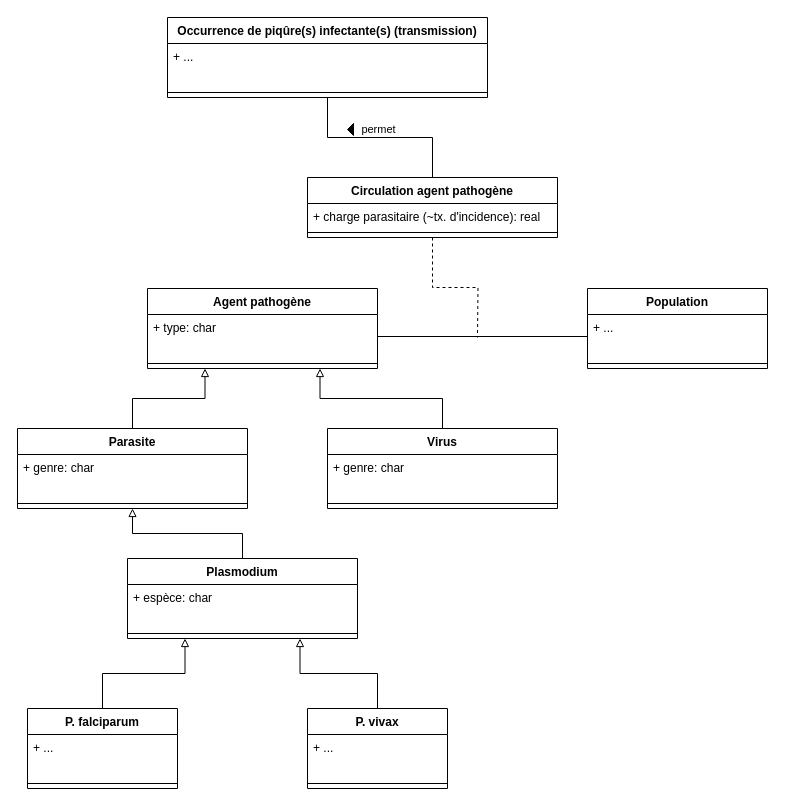
EmmanuelRouxIRD/PROGYSAT-VecTrans keeps this draw.io diagram as transmission.drawio. Above is the earlier version. Source tidied: cells renumbered, new cells numbered last; positions are measured from the earlier drawing's top-left corner, leaving out a move shared by most shapes. Both pictures are drawn from the tidied source at 100%, with x=0, y=0 at pixel (17, 17).
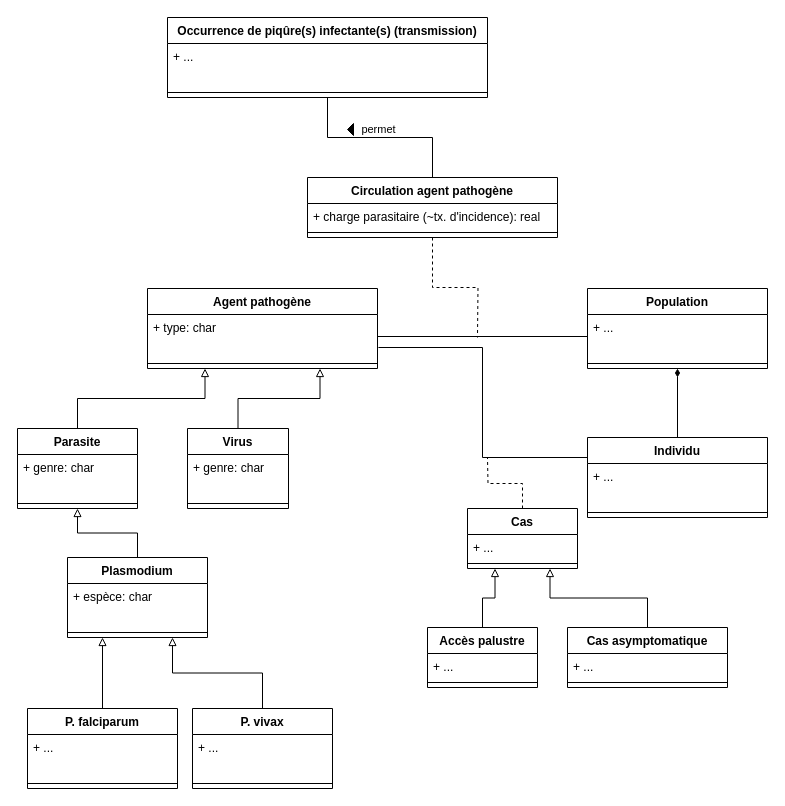
The same diagram, later.

The change refers to these unchanged cells:
```xml
<mxCell id="8" value="+ type: char" style="text;strokeColor=none;fillColor=none;align=left;verticalAlign=top;spacingLeft=4;spacingRight=4;overflow=hidden;points=[[0,0.5],[1,0.5]];portConstraint=eastwest;" parent="7" vertex="1">
  <mxGeometry y="26" width="230" height="44" as="geometry" />
</mxCell>
<mxCell id="10" value="Population" style="swimlane;fontStyle=1;align=center;verticalAlign=top;horizontal=1;startSize=26;" parent="1" vertex="1">
  <mxGeometry x="570" y="271" width="180" height="80" as="geometry" />
</mxCell>
```

Change to the diagram source:
```diff
@@
     <mxCell id="15" value="Plasmodium" style="swimlane;fontStyle=1;align=center;verticalAlign=top;horizontal=1;startSize=26;" parent="1" vertex="1">
-      <mxGeometry x="110" y="541" width="230" height="80" as="geometry" />
+      <mxGeometry x="50" y="540" width="140" height="80" as="geometry" />
     </mxCell>
     <mxCell id="16" value="+ espèce: char" style="text;strokeColor=none;fillColor=none;align=left;verticalAlign=top;spacingLeft=4;spacingRight=4;overflow=hidden;" parent="15" vertex="1">
-      <mxGeometry y="26" width="230" height="44" as="geometry" />
+      <mxGeometry y="26" width="140" height="44" as="geometry" />
     </mxCell>
     <mxCell id="17" style="line;strokeWidth=1;fillColor=none;align=left;verticalAlign=middle;spacingTop=-1;spacingLeft=3;spacingRight=3;labelPosition=right;" parent="15" vertex="1">
-      <mxGeometry y="70" width="230" height="10" as="geometry" />
+      <mxGeometry y="70" width="140" height="10" as="geometry" />
     </mxCell>
@@
     <mxCell id="27" value="Parasite" style="swimlane;fontStyle=1;align=center;verticalAlign=top;horizontal=1;startSize=26;" parent="1" vertex="1">
-      <mxGeometry y="411" width="230" height="80" as="geometry" />
+      <mxGeometry y="411" width="120" height="80" as="geometry" />
     </mxCell>
     <mxCell id="28" value="+ genre: char" style="text;strokeColor=none;fillColor=none;align=left;verticalAlign=top;spacingLeft=4;spacingRight=4;overflow=hidden;" parent="27" vertex="1">
-      <mxGeometry y="26" width="230" height="44" as="geometry" />
+      <mxGeometry y="26" width="120" height="44" as="geometry" />
     </mxCell>
     <mxCell id="29" style="line;strokeWidth=1;fillColor=none;align=left;verticalAlign=middle;spacingTop=-1;spacingLeft=3;spacingRight=3;labelPosition=right;" parent="27" vertex="1">
-      <mxGeometry y="70" width="230" height="10" as="geometry" />
+      <mxGeometry y="70" width="120" height="10" as="geometry" />
     </mxCell>
@@
     <mxCell id="31" value="Virus" style="swimlane;fontStyle=1;align=center;verticalAlign=top;horizontal=1;startSize=26;" parent="1" vertex="1">
-      <mxGeometry x="310" y="411" width="230" height="80" as="geometry" />
+      <mxGeometry x="170" y="411" width="101" height="80" as="geometry" />
     </mxCell>
     <mxCell id="32" value="+ genre: char" style="text;strokeColor=none;fillColor=none;align=left;verticalAlign=top;spacingLeft=4;spacingRight=4;overflow=hidden;" parent="31" vertex="1">
-      <mxGeometry y="26" width="230" height="44" as="geometry" />
+      <mxGeometry y="26" width="101" height="44" as="geometry" />
     </mxCell>
     <mxCell id="33" style="line;strokeWidth=1;fillColor=none;align=left;verticalAlign=middle;spacingTop=-1;spacingLeft=3;spacingRight=3;labelPosition=right;" parent="31" vertex="1">
-      <mxGeometry y="70" width="230" height="10" as="geometry" />
+      <mxGeometry y="70" width="101" height="10" as="geometry" />
     </mxCell>
@@
     <mxCell id="35" value="P. vivax" style="swimlane;fontStyle=1;align=center;verticalAlign=top;horizontal=1;startSize=26;" parent="1" vertex="1">
-      <mxGeometry x="290" y="691" width="140" height="80" as="geometry" />
+      <mxGeometry x="175" y="691" width="140" height="80" as="geometry" />
     </mxCell>
@@
+    <mxCell id="39" style="edgeStyle=orthogonalEdgeStyle;rounded=0;jettySize=auto;html=1;exitX=0.5;exitY=0;exitDx=0;exitDy=0;entryX=0.5;entryY=1;entryDx=0;entryDy=0;endArrow=diamondThin;endFill=1;" parent="1" edge="1" source="40" target="10">
+      <mxGeometry relative="1" as="geometry" />
+    </mxCell>
+    <mxCell id="40" value="Individu" style="swimlane;fontStyle=1;align=center;verticalAlign=top;horizontal=1;startSize=26;" parent="1" vertex="1">
+      <mxGeometry x="570" y="420" width="180" height="80" as="geometry" />
+    </mxCell>
+    <mxCell id="41" value="+ ..." style="text;strokeColor=none;fillColor=none;align=left;verticalAlign=top;spacingLeft=4;spacingRight=4;overflow=hidden;" parent="40" vertex="1">
+      <mxGeometry y="26" width="180" height="44" as="geometry" />
+    </mxCell>
+    <mxCell id="42" style="line;strokeWidth=1;fillColor=none;align=left;verticalAlign=middle;spacingTop=-1;spacingLeft=3;spacingRight=3;labelPosition=right;" parent="40" vertex="1">
+      <mxGeometry y="70" width="180" height="10" as="geometry" />
+    </mxCell>
+    <mxCell id="43" value="Cas" style="swimlane;fontStyle=1;align=center;verticalAlign=top;horizontal=1;startSize=26;" parent="1" vertex="1">
+      <mxGeometry x="450" y="491" width="110" height="60" as="geometry" />
+    </mxCell>
+    <mxCell id="44" value="+ ... " style="text;strokeColor=none;fillColor=none;align=left;verticalAlign=top;spacingLeft=4;spacingRight=4;overflow=hidden;" parent="43" vertex="1">
+      <mxGeometry y="26" width="110" height="24" as="geometry" />
+    </mxCell>
+    <mxCell id="45" style="line;strokeWidth=1;fillColor=none;align=left;verticalAlign=middle;spacingTop=-1;spacingLeft=3;spacingRight=3;labelPosition=right;" parent="43" vertex="1">
+      <mxGeometry y="50" width="110" height="10" as="geometry" />
+    </mxCell>
+    <mxCell id="46" style="edgeStyle=orthogonalEdgeStyle;rounded=0;jettySize=auto;html=1;exitX=1.004;exitY=0.75;exitDx=0;exitDy=0;entryX=0;entryY=0.25;entryDx=0;entryDy=0;endArrow=none;endFill=0;exitPerimeter=0;" parent="1" edge="1" source="8" target="40">
+      <mxGeometry relative="1" as="geometry" />
+    </mxCell>
+    <mxCell id="47" style="edgeStyle=orthogonalEdgeStyle;rounded=0;jettySize=auto;html=1;exitX=0.5;exitY=0;exitDx=0;exitDy=0;endArrow=none;endFill=0;dashed=1;" parent="1" edge="1" source="43">
+      <mxGeometry relative="1" as="geometry">
+        <mxPoint x="470" y="440" as="targetPoint" />
+      </mxGeometry>
+    </mxCell>
+    <mxCell id="48" style="edgeStyle=orthogonalEdgeStyle;rounded=0;jettySize=auto;html=1;exitX=0.5;exitY=0;exitDx=0;exitDy=0;entryX=0.25;entryY=1;entryDx=0;entryDy=0;endArrow=block;endFill=0;" parent="1" edge="1" source="49" target="43">
+      <mxGeometry relative="1" as="geometry" />
+    </mxCell>
+    <mxCell id="49" value="Accès palustre" style="swimlane;fontStyle=1;align=center;verticalAlign=top;horizontal=1;startSize=26;" parent="1" vertex="1">
+      <mxGeometry x="410" y="610" width="110" height="60" as="geometry" />
+    </mxCell>
+    <mxCell id="50" value="+ ... " style="text;strokeColor=none;fillColor=none;align=left;verticalAlign=top;spacingLeft=4;spacingRight=4;overflow=hidden;" parent="49" vertex="1">
+      <mxGeometry y="26" width="110" height="24" as="geometry" />
+    </mxCell>
+    <mxCell id="51" style="line;strokeWidth=1;fillColor=none;align=left;verticalAlign=middle;spacingTop=-1;spacingLeft=3;spacingRight=3;labelPosition=right;" parent="49" vertex="1">
+      <mxGeometry y="50" width="110" height="10" as="geometry" />
+    </mxCell>
+    <mxCell id="52" style="edgeStyle=orthogonalEdgeStyle;rounded=0;jettySize=auto;html=1;exitX=0.5;exitY=0;exitDx=0;exitDy=0;entryX=0.75;entryY=1;entryDx=0;entryDy=0;endArrow=block;endFill=0;" parent="1" edge="1" source="53" target="43">
+      <mxGeometry relative="1" as="geometry" />
+    </mxCell>
+    <mxCell id="53" value="Cas asymptomatique" style="swimlane;fontStyle=1;align=center;verticalAlign=top;horizontal=1;startSize=26;" parent="1" vertex="1">
+      <mxGeometry x="550" y="610" width="160" height="60" as="geometry" />
+    </mxCell>
+    <mxCell id="54" value="+ ... " style="text;strokeColor=none;fillColor=none;align=left;verticalAlign=top;spacingLeft=4;spacingRight=4;overflow=hidden;" parent="53" vertex="1">
+      <mxGeometry y="26" width="160" height="24" as="geometry" />
+    </mxCell>
+    <mxCell id="55" style="line;strokeWidth=1;fillColor=none;align=left;verticalAlign=middle;spacingTop=-1;spacingLeft=3;spacingRight=3;labelPosition=right;" parent="53" vertex="1">
+      <mxGeometry y="50" width="160" height="10" as="geometry" />
+    </mxCell>
```
